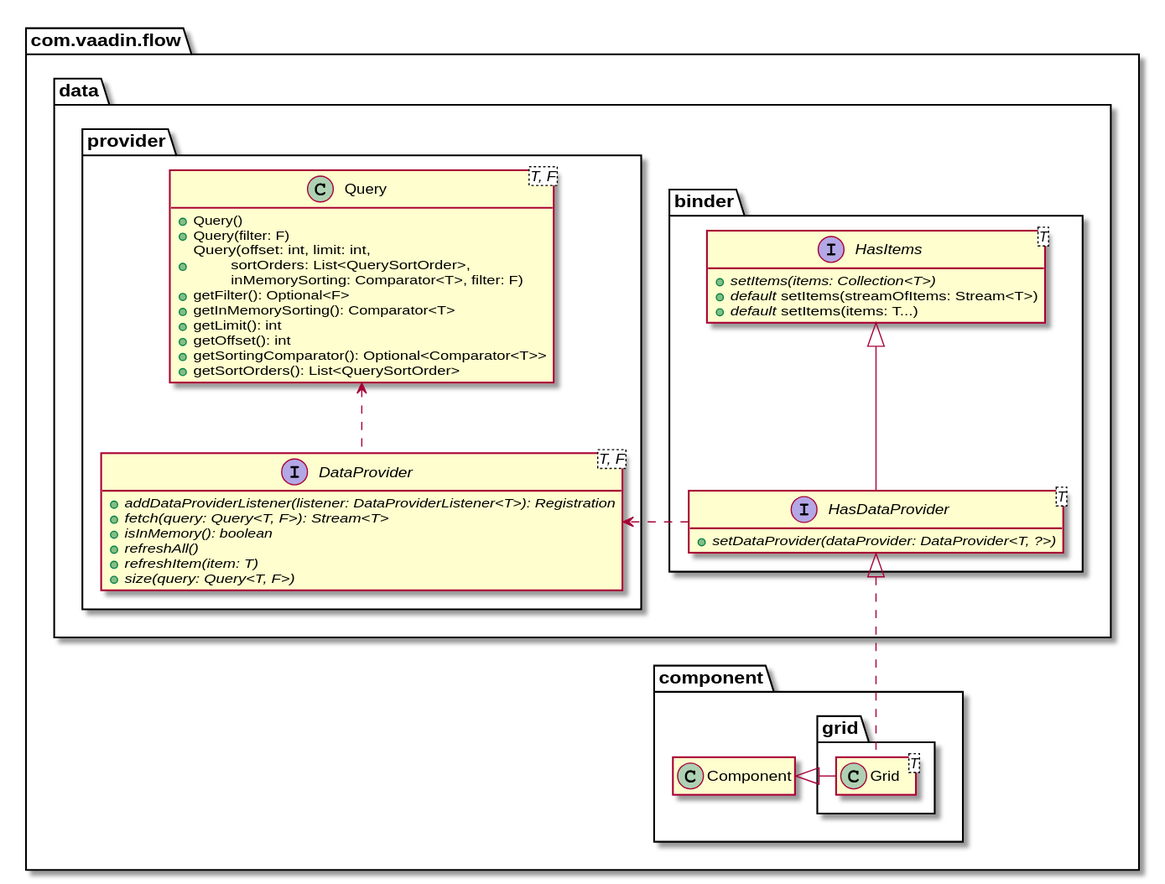
formations/vaadin-foundations keeps this PlantUML diagram as cours/images/has-items.svg. Above is the earlier version.
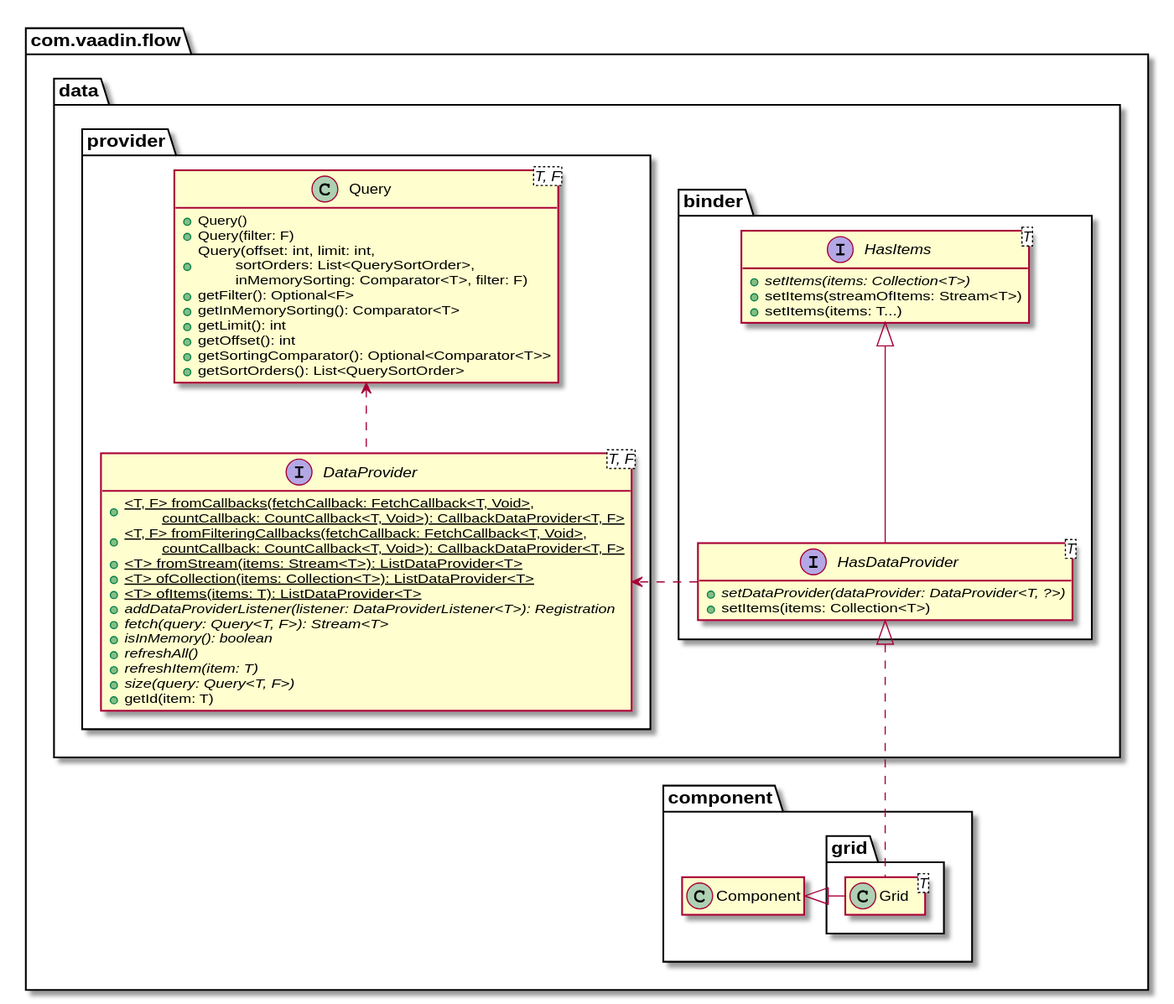
The same file after the commit.

The edit, as a diff of the source:
```diff
@@ -1,24 +1,31 @@
 @startuml
-package "com.vaadin.flow" {
+package com.vaadin.flow {
  package data {
   package binder {
    interface HasItems<T> {
     + {abstract} setItems(items: Collection<T>)
-    + <i>default</i> setItems(streamOfItems: Stream<T>)
-    + <i>default</i> setItems(items: T...)
+    + setItems(streamOfItems: Stream<T>)
+    + setItems(items: T...)
    }
    interface HasDataProvider<T> {
     + {abstract} setDataProvider(dataProvider: DataProvider<T, ?>)
+    + setItems(items: Collection<T>)
    }
   }
   package provider {
    interface DataProvider<T, F> {
-    + {abstract} addDataProviderListener(listener: DataProviderListener<T>): Registration
-    + {abstract} fetch(query: Query<T, F>): Stream<T>
-    + {abstract} isInMemory(): boolean
-    + {abstract} refreshAll()
-    + {abstract} refreshItem(item: T)
-    + {abstract} size(query: Query<T, F>)
+    +{static} <T, F> fromCallbacks(fetchCallback: FetchCallback<T, Void>,\n\tcountCallback: CountCallback<T, Void>): CallbackDataProvider<T, F>
+    +{static} <T, F> fromFilteringCallbacks(fetchCallback: FetchCallback<T, Void>,\n\tcountCallback: CountCallback<T, Void>): CallbackDataProvider<T, F>
+    +{static} <T> fromStream(items: Stream<T>): ListDataProvider<T>
+    +{static} <T> ofCollection(items: Collection<T>): ListDataProvider<T>
+    +{static} <T> ofItems(items: T): ListDataProvider<T>
+    +{abstract} addDataProviderListener(listener: DataProviderListener<T>): Registration
+    +{abstract} fetch(query: Query<T, F>): Stream<T>
+    +{abstract} isInMemory(): boolean
+    +{abstract} refreshAll()
+    +{abstract} refreshItem(item: T)
+    +{abstract} size(query: Query<T, F>)
+    + getId(item: T)
    }
    class Query<T, F> {
     + Query()
```
